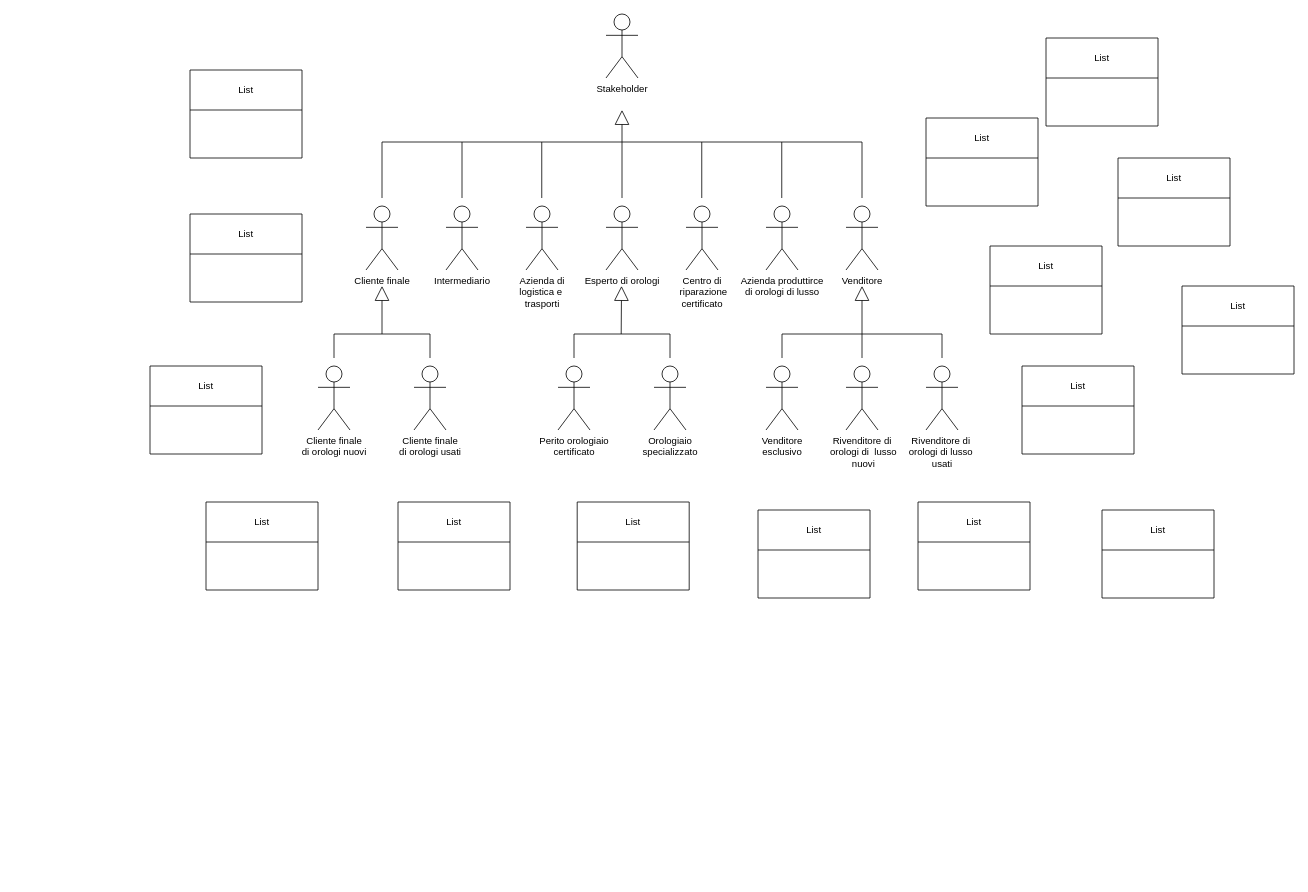
Vittorio92/ProgettoSistemiInformativi keeps this draw.io diagram as Diagrammi/SoftGoalDiagram.drawio. Above is the earlier version. Source tidied: cells renumbered, new cells numbered last; positions are measured from the earlier drawing's top-left corner, leaving out a move shared by most shapes. Both pictures are drawn from the tidied source at 80%, with x=0, y=0 at pixel (150, 14).
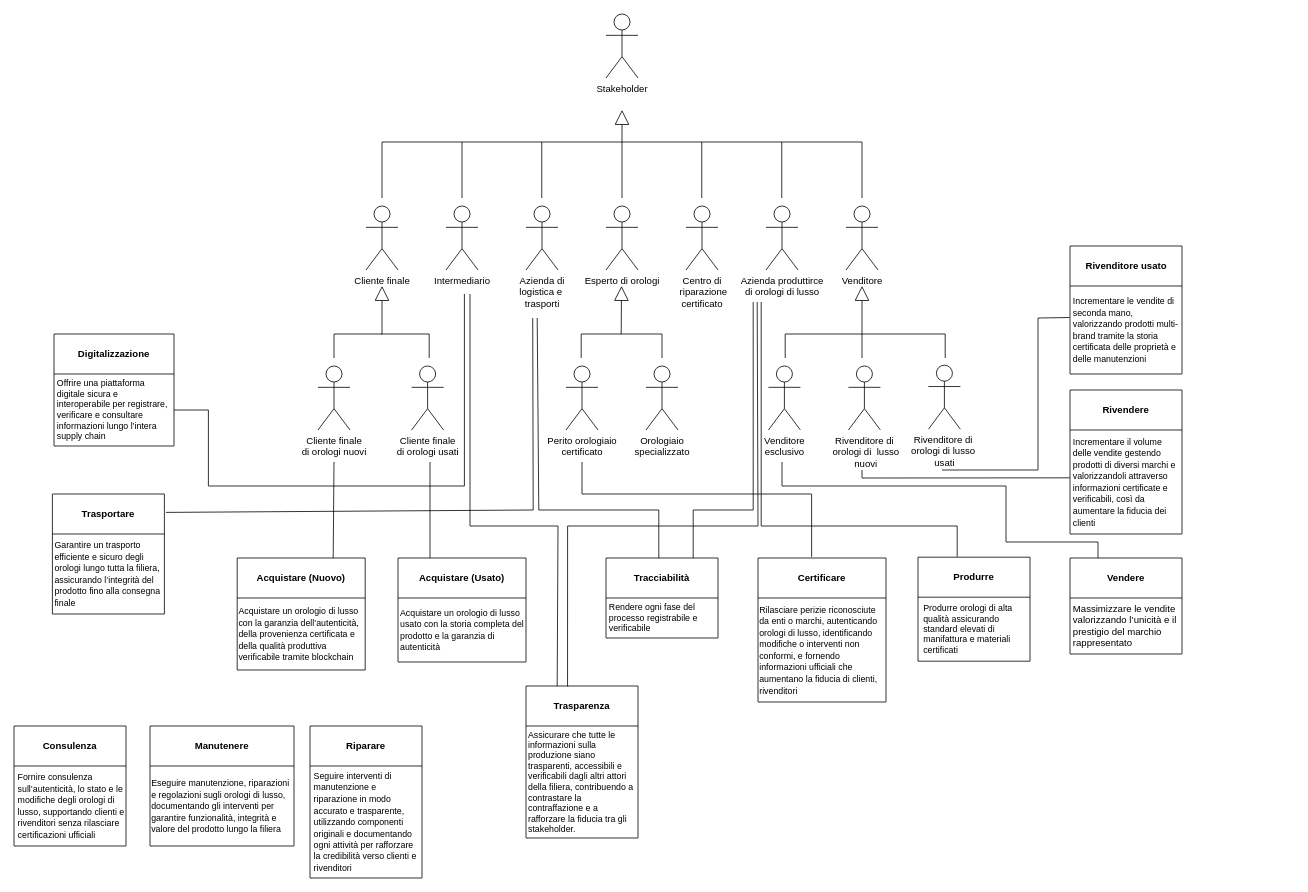
After the change.

Diff of the diagram source:
```diff
@@
     <mxCell id="5" value="Cliente finale&lt;div&gt;di orologi usati&lt;/div&gt;" style="shape=umlActor;verticalLabelPosition=bottom;verticalAlign=top;html=1;" parent="1" vertex="1">
-      <mxGeometry x="330" y="440" width="40" height="80" as="geometry" />
+      <mxGeometry x="327" y="440" width="40" height="80" as="geometry" />
     </mxCell>
@@
     <mxCell id="8" style="endArrow=none;html=1;rounded=0;" parent="1" edge="1">
       <mxGeometry relative="1" as="geometry">
-        <mxPoint x="350" y="430" as="sourcePoint" />
-        <mxPoint x="290" y="400" as="targetPoint" />
+        <mxPoint x="349" y="430" as="sourcePoint" />
+        <mxPoint x="289" y="400" as="targetPoint" />
         <Array as="points">
-          <mxPoint x="350" y="400" />
+          <mxPoint x="349" y="400" />
         </Array>
       </mxGeometry>
     </mxCell>
@@
     <mxCell id="12" value="Rivenditore di&amp;nbsp;&lt;div&gt;orologi&amp;nbsp;&lt;span style=&quot;background-color: transparent; color: light-dark(rgb(0, 0, 0), rgb(255, 255, 255));&quot;&gt;di&amp;nbsp;&lt;/span&gt;&lt;span style=&quot;background-color: transparent; color: light-dark(rgb(0, 0, 0), rgb(255, 255, 255));&quot;&gt;lusso&amp;nbsp;&lt;/span&gt;&lt;/div&gt;&lt;div&gt;&lt;span style=&quot;background-color: transparent; color: light-dark(rgb(0, 0, 0), rgb(255, 255, 255));&quot;&gt;usati&lt;/span&gt;&lt;/div&gt;" style="shape=umlActor;verticalLabelPosition=bottom;verticalAlign=top;html=1;" parent="1" vertex="1">
-      <mxGeometry x="970" y="440" width="40" height="80" as="geometry" />
+      <mxGeometry x="973" y="439" width="40" height="80" as="geometry" />
     </mxCell>
     <mxCell id="13" value="Venditore&lt;div&gt;esclusivo&lt;/div&gt;" style="shape=umlActor;verticalLabelPosition=bottom;verticalAlign=top;html=1;" parent="1" vertex="1">
-      <mxGeometry x="770" y="440" width="40" height="80" as="geometry" />
+      <mxGeometry x="773" y="440" width="40" height="80" as="geometry" />
     </mxCell>
     <mxCell id="14" value="Rivenditore di&lt;div&gt;&lt;span style=&quot;background-color: transparent; color: light-dark(rgb(0, 0, 0), rgb(255, 255, 255));&quot;&gt;&amp;nbsp;&lt;/span&gt;&lt;span style=&quot;background-color: transparent; color: light-dark(rgb(0, 0, 0), rgb(255, 255, 255));&quot;&gt;orologi di&amp;nbsp;&lt;/span&gt;&lt;span style=&quot;background-color: transparent; color: light-dark(rgb(0, 0, 0), rgb(255, 255, 255));&quot;&gt;&amp;nbsp;lusso&lt;/span&gt;&lt;/div&gt;&lt;div&gt;&lt;span style=&quot;background-color: transparent; color: light-dark(rgb(0, 0, 0), rgb(255, 255, 255));&quot;&gt;&amp;nbsp;nuovi&lt;/span&gt;&lt;/div&gt;" style="shape=umlActor;verticalLabelPosition=bottom;verticalAlign=top;html=1;" parent="1" vertex="1">
-      <mxGeometry x="870" y="440" width="40" height="80" as="geometry" />
+      <mxGeometry x="873" y="440" width="40" height="80" as="geometry" />
     </mxCell>
     <mxCell id="15" style="endArrow=none;html=1;rounded=0;" parent="1" edge="1">
       <mxGeometry relative="1" as="geometry">
-        <mxPoint x="790" y="430" as="sourcePoint" />
-        <mxPoint x="990" y="430" as="targetPoint" />
+        <mxPoint x="794" y="430" as="sourcePoint" />
+        <mxPoint x="994" y="430" as="targetPoint" />
         <Array as="points">
-          <mxPoint x="790" y="400" />
-          <mxPoint x="990" y="400" />
+          <mxPoint x="794" y="400" />
+          <mxPoint x="994" y="400" />
         </Array>
       </mxGeometry>
     </mxCell>
@@
     <mxCell id="20" value="Perito&amp;nbsp;&lt;span style=&quot;background-color: transparent; color: light-dark(rgb(0, 0, 0), rgb(255, 255, 255));&quot;&gt;orologiaio&lt;/span&gt;&lt;div&gt;&lt;span style=&quot;background-color: transparent; color: light-dark(rgb(0, 0, 0), rgb(255, 255, 255));&quot;&gt;certificato&lt;/span&gt;&lt;/div&gt;" style="shape=umlActor;verticalLabelPosition=bottom;verticalAlign=top;html=1;" parent="1" vertex="1">
-      <mxGeometry x="510" y="440" width="40" height="80" as="geometry" />
+      <mxGeometry x="520" y="440" width="40" height="80" as="geometry" />
     </mxCell>
     <mxCell id="21" value="Orologiaio&lt;div&gt;specializzato&lt;/div&gt;" style="shape=umlActor;verticalLabelPosition=bottom;verticalAlign=top;html=1;" parent="1" vertex="1">
-      <mxGeometry x="630" y="440" width="40" height="80" as="geometry" />
+      <mxGeometry x="620" y="440" width="40" height="80" as="geometry" />
     </mxCell>
     <mxCell id="22" style="endArrow=none;html=1;rounded=0;" parent="1" edge="1">
       <mxGeometry relative="1" as="geometry">
-        <mxPoint x="530" y="430" as="sourcePoint" />
-        <mxPoint x="650" y="430" as="targetPoint" />
+        <mxPoint x="539" y="430" as="sourcePoint" />
+        <mxPoint x="640" y="430" as="targetPoint" />
         <Array as="points">
-          <mxPoint x="530" y="400" />
-          <mxPoint x="650" y="400" />
+          <mxPoint x="539" y="400" />
+          <mxPoint x="640" y="400" />
         </Array>
       </mxGeometry>
     </mxCell>
@@
-    <mxCell id="30" value="List" style="swimlane;fontStyle=0;horizontal=1;startSize=50;whiteSpace=wrap;html=1;" parent="1" vertex="1">
-      <mxGeometry x="50" y="70" width="140" height="110" as="geometry" />
-    </mxCell>
-    <mxCell id="31" value="List" style="swimlane;fontStyle=0;horizontal=1;startSize=50;whiteSpace=wrap;html=1;" parent="1" vertex="1">
-      <mxGeometry x="50" y="250" width="140" height="110" as="geometry" />
+    <mxCell id="31" value="&lt;b&gt;Manutenere&lt;/b&gt;" style="swimlane;fontStyle=0;horizontal=1;startSize=50;whiteSpace=wrap;html=1;" parent="1" vertex="1">
+      <mxGeometry y="890" width="180" height="150" as="geometry" />
     </mxCell>
+    <mxCell id="45" value="&lt;font style=&quot;font-size: 11px;&quot;&gt;Eseguire manutenzione, riparazioni e regolazioni sugli orologi di lusso, documentando gli interventi per garantire funzionalità, integrità e valore del prodotto lungo la filiera&lt;/font&gt;" style="text;html=1;whiteSpace=wrap;strokeColor=none;fillColor=none;align=left;verticalAlign=middle;rounded=0;" parent="31" vertex="1">
+      <mxGeometry y="50" width="180" height="100" as="geometry" />
+    </mxCell>
-    <mxCell id="32" value="List" style="swimlane;fontStyle=0;horizontal=1;startSize=50;whiteSpace=wrap;html=1;" parent="1" vertex="1">
-      <mxGeometry y="440" width="140" height="110" as="geometry" />
+    <mxCell id="32" value="&lt;b&gt;Certificare&lt;/b&gt;" style="swimlane;fontStyle=0;horizontal=1;startSize=50;whiteSpace=wrap;html=1;" parent="1" vertex="1">
+      <mxGeometry x="760" y="680" width="160" height="180" as="geometry" />
     </mxCell>
+    <mxCell id="46" value="&lt;font style=&quot;font-size: 11px;&quot;&gt;Rilasciare perizie riconosciute da enti o marchi, autenticando orologi di lusso, identificando modifiche o interventi non conformi, e fornendo informazioni ufficiali che aumentano la fiducia di clienti, rivenditori&lt;/font&gt;" style="text;html=1;whiteSpace=wrap;strokeColor=none;fillColor=none;align=left;verticalAlign=middle;rounded=0;" parent="32" vertex="1">
+      <mxGeometry y="50" width="160" height="130" as="geometry" />
+    </mxCell>
-    <mxCell id="33" value="List" style="swimlane;fontStyle=0;horizontal=1;startSize=50;whiteSpace=wrap;html=1;" parent="1" vertex="1">
-      <mxGeometry x="70" y="610" width="140" height="110" as="geometry" />
+    <mxCell id="33" value="&lt;b&gt;Acquistare (Nuovo)&lt;/b&gt;" style="swimlane;fontStyle=0;horizontal=1;startSize=50;whiteSpace=wrap;html=1;" parent="1" vertex="1">
+      <mxGeometry x="109" y="680" width="160" height="140" as="geometry" />
     </mxCell>
+    <mxCell id="47" value="&lt;font style=&quot;font-size: 11px;&quot;&gt;Acquistare un orologio di lusso con la garanzia dell’autenticità, della provenienza certificata e della qualità produttiva verificabile tramite blockchain&lt;/font&gt;" style="text;html=1;whiteSpace=wrap;strokeColor=none;fillColor=none;align=left;verticalAlign=middle;rounded=0;" parent="33" vertex="1">
+      <mxGeometry y="50" width="160" height="90" as="geometry" />
+    </mxCell>
-    <mxCell id="34" value="List" style="swimlane;fontStyle=0;horizontal=1;startSize=50;whiteSpace=wrap;html=1;" parent="1" vertex="1">
-      <mxGeometry x="310" y="610" width="140" height="110" as="geometry" />
+    <mxCell id="34" value="&lt;b&gt;Acquistare (Usato)&lt;/b&gt;" style="swimlane;fontStyle=0;horizontal=1;startSize=50;whiteSpace=wrap;html=1;" parent="1" vertex="1">
+      <mxGeometry x="310" y="680" width="160" height="130" as="geometry" />
     </mxCell>
+    <mxCell id="48" value="&lt;font style=&quot;font-size: 11px;&quot;&gt;Acquistare un orologio di lusso usato con la storia completa del prodotto e la garanzia di autenticità&lt;/font&gt;" style="text;html=1;whiteSpace=wrap;strokeColor=none;fillColor=none;align=left;verticalAlign=middle;rounded=0;spacingLeft=1;" parent="34" vertex="1">
+      <mxGeometry y="50" width="160" height="80" as="geometry" />
+    </mxCell>
-    <mxCell id="35" value="List" style="swimlane;fontStyle=0;horizontal=1;startSize=50;whiteSpace=wrap;html=1;" parent="1" vertex="1">
-      <mxGeometry x="534" y="610" width="140" height="110" as="geometry" />
+    <mxCell id="35" value="&lt;b&gt;Riparare&lt;/b&gt;" style="swimlane;fontStyle=0;horizontal=1;startSize=50;whiteSpace=wrap;html=1;" parent="1" vertex="1">
+      <mxGeometry x="200" y="890" width="140" height="190" as="geometry" />
     </mxCell>
+    <mxCell id="49" value="&lt;font style=&quot;font-size: 11px;&quot;&gt;Seguire interventi di manutenzione e riparazione in modo accurato e trasparente, utilizzando componenti originali e documentando ogni attività per rafforzare la credibilità verso clienti e rivenditori&lt;/font&gt;" style="text;html=1;whiteSpace=wrap;strokeColor=none;fillColor=none;align=left;verticalAlign=middle;rounded=0;spacingLeft=3;" parent="35" vertex="1">
+      <mxGeometry y="50" width="140" height="140" as="geometry" />
+    </mxCell>
-    <mxCell id="36" value="List" style="swimlane;fontStyle=0;horizontal=1;startSize=50;whiteSpace=wrap;html=1;" parent="1" vertex="1">
-      <mxGeometry x="760" y="620" width="140" height="110" as="geometry" />
+    <mxCell id="36" value="&lt;b&gt;Vendere&lt;/b&gt;" style="swimlane;fontStyle=0;horizontal=1;startSize=50;whiteSpace=wrap;html=1;" parent="1" vertex="1">
+      <mxGeometry x="1150" y="680" width="140" height="120" as="geometry" />
     </mxCell>
+    <mxCell id="50" value="Massimizzare le vendite&amp;nbsp; valorizzando l’unicità e il prestigio del marchio rappresentato" style="text;html=1;whiteSpace=wrap;strokeColor=none;fillColor=none;align=left;verticalAlign=middle;rounded=0;spacingLeft=2;" parent="36" vertex="1">
+      <mxGeometry y="50" width="140" height="70" as="geometry" />
+    </mxCell>
-    <mxCell id="37" value="List" style="swimlane;fontStyle=0;horizontal=1;startSize=50;whiteSpace=wrap;html=1;" parent="1" vertex="1">
-      <mxGeometry x="960" y="610" width="140" height="110" as="geometry" />
+    <mxCell id="37" value="&lt;b&gt;Rivendere&lt;/b&gt;" style="swimlane;fontStyle=0;horizontal=1;startSize=50;whiteSpace=wrap;html=1;" parent="1" vertex="1">
+      <mxGeometry x="1150" y="470" width="140" height="180" as="geometry" />
     </mxCell>
+    <mxCell id="51" value="&lt;font style=&quot;font-size: 11px;&quot;&gt;Incrementare il volume delle vendite gestendo prodotti di diversi marchi e valorizzandoli attraverso informazioni certificate e verificabili, così da aumentare la fiducia dei clienti&lt;/font&gt;" style="text;html=1;whiteSpace=wrap;strokeColor=none;fillColor=none;align=left;verticalAlign=middle;rounded=0;spacingLeft=2;" parent="37" vertex="1">
+      <mxGeometry y="50" width="140" height="130" as="geometry" />
+    </mxCell>
-    <mxCell id="38" value="List" style="swimlane;fontStyle=0;horizontal=1;startSize=50;whiteSpace=wrap;html=1;" parent="1" vertex="1">
-      <mxGeometry x="1090" y="440" width="140" height="110" as="geometry" />
+    <mxCell id="38" value="&lt;b&gt;Digitalizzazione&lt;/b&gt;" style="swimlane;fontStyle=0;horizontal=1;startSize=50;whiteSpace=wrap;html=1;" parent="1" vertex="1">
+      <mxGeometry x="-120" y="400" width="150" height="140" as="geometry" />
     </mxCell>
+    <mxCell id="52" value="Offrire una piattaforma digitale sicura e interoperabile per registrare, verificare e consultare informazioni lungo l’intera supply chain" style="text;html=1;whiteSpace=wrap;strokeColor=none;fillColor=none;align=left;verticalAlign=middle;rounded=0;fontSize=11;spacingLeft=2;" parent="38" vertex="1">
+      <mxGeometry y="50" width="150" height="90" as="geometry" />
+    </mxCell>
-    <mxCell id="39" value="List" style="swimlane;fontStyle=0;horizontal=1;startSize=50;whiteSpace=wrap;html=1;" parent="1" vertex="1">
-      <mxGeometry x="1050" y="290" width="140" height="110" as="geometry" />
+    <mxCell id="39" value="&lt;b&gt;Trasparenza&lt;/b&gt;" style="swimlane;fontStyle=0;horizontal=1;startSize=50;whiteSpace=wrap;html=1;" parent="1" vertex="1">
+      <mxGeometry x="470" y="840" width="140" height="190" as="geometry" />
     </mxCell>
+    <mxCell id="53" value="Assicurare che tutte le informazioni sulla produzione siano trasparenti, accessibili e verificabili dagli altri attori della filiera, contribuendo a contrastare la contraffazione e a rafforzare la fiducia tra gli stakeholder." style="text;html=1;whiteSpace=wrap;strokeColor=none;fillColor=none;align=left;verticalAlign=middle;rounded=0;fontSize=11;spacingLeft=1;" parent="39" vertex="1">
+      <mxGeometry y="50" width="140" height="140" as="geometry" />
+    </mxCell>
-    <mxCell id="40" value="List" style="swimlane;fontStyle=0;horizontal=1;startSize=50;whiteSpace=wrap;html=1;" parent="1" vertex="1">
-      <mxGeometry x="970" y="130" width="140" height="110" as="geometry" />
+    <mxCell id="40" value="&lt;b&gt;Produrre&lt;/b&gt;" style="swimlane;fontStyle=0;horizontal=1;startSize=50;whiteSpace=wrap;html=1;" parent="1" vertex="1">
+      <mxGeometry x="960" y="679" width="140" height="130" as="geometry" />
     </mxCell>
+    <mxCell id="54" value="Produrre orologi di alta qualità assicurando standard elevati di manifattura e materiali certificati&amp;nbsp;" style="text;html=1;whiteSpace=wrap;strokeColor=none;fillColor=none;align=left;verticalAlign=middle;rounded=0;spacingLeft=5;fontSize=11;" parent="40" vertex="1">
+      <mxGeometry y="50" width="140" height="80" as="geometry" />
+    </mxCell>
-    <mxCell id="41" value="List" style="swimlane;fontStyle=0;horizontal=1;startSize=50;whiteSpace=wrap;html=1;" parent="1" vertex="1">
-      <mxGeometry x="1120" y="30" width="140" height="110" as="geometry" />
+    <mxCell id="41" value="&lt;b&gt;Tracciabilità&lt;/b&gt;" style="swimlane;fontStyle=0;horizontal=1;startSize=50;whiteSpace=wrap;html=1;" parent="1" vertex="1">
+      <mxGeometry x="570" y="680" width="140" height="100" as="geometry" />
     </mxCell>
+    <mxCell id="55" value="&lt;font&gt;Rendere ogni fase del processo registrabile e verificabile&lt;/font&gt;" style="text;html=1;whiteSpace=wrap;strokeColor=none;fillColor=none;align=left;verticalAlign=middle;rounded=0;spacingLeft=2;fontSize=11;" parent="41" vertex="1">
+      <mxGeometry y="50" width="140" height="50" as="geometry" />
+    </mxCell>
-    <mxCell id="42" value="List" style="swimlane;fontStyle=0;horizontal=1;startSize=50;whiteSpace=wrap;html=1;" parent="1" vertex="1">
-      <mxGeometry x="1210" y="180" width="140" height="110" as="geometry" />
+    <mxCell id="42" value="&lt;b&gt;Trasportare&lt;/b&gt;" style="swimlane;fontStyle=0;horizontal=1;startSize=50;whiteSpace=wrap;html=1;" parent="1" vertex="1">
+      <mxGeometry x="-122" y="600" width="140" height="150" as="geometry" />
     </mxCell>
-    <mxCell id="43" value="List" style="swimlane;fontStyle=0;horizontal=1;startSize=50;whiteSpace=wrap;html=1;" parent="1" vertex="1">
-      <mxGeometry x="1290" y="340" width="140" height="110" as="geometry" />
-    </mxCell>
+    <mxCell id="56" value="&lt;font style=&quot;font-size: 11px;&quot;&gt;Garantire un trasporto efficiente e sicuro degli orologi lungo tutta la filiera, assicurando l’integrità del prodotto fino alla consegna finale&lt;/font&gt;" style="text;html=1;whiteSpace=wrap;strokeColor=none;fillColor=none;align=left;verticalAlign=middle;rounded=0;spacingLeft=1;" parent="42" vertex="1">
+      <mxGeometry y="50" width="140" height="100" as="geometry" />
+    </mxCell>
-    <mxCell id="44" value="List" style="swimlane;fontStyle=0;horizontal=1;startSize=50;whiteSpace=wrap;html=1;" parent="1" vertex="1">
-      <mxGeometry x="1190" y="620" width="140" height="110" as="geometry" />
+    <mxCell id="44" value="&lt;b&gt;Rivenditore usato&lt;/b&gt;" style="swimlane;fontStyle=0;horizontal=1;startSize=50;whiteSpace=wrap;html=1;spacingLeft=1;" parent="1" vertex="1">
+      <mxGeometry x="1150" y="290" width="140" height="160" as="geometry" />
     </mxCell>
+    <mxCell id="57" value="&lt;font style=&quot;font-size: 11px;&quot;&gt;Incrementare le vendite di seconda mano, valorizzando prodotti multi-brand tramite la storia certificata delle proprietà e delle manutenzioni&lt;/font&gt;" style="text;html=1;whiteSpace=wrap;strokeColor=none;fillColor=none;align=left;verticalAlign=middle;rounded=0;spacingLeft=2;" parent="44" vertex="1">
+      <mxGeometry y="50" width="140" height="110" as="geometry" />
+    </mxCell>
+    <mxCell id="58" value="&lt;b&gt;Consulenza&lt;/b&gt;" style="swimlane;fontStyle=0;horizontal=1;startSize=50;whiteSpace=wrap;html=1;" parent="1" vertex="1">
+      <mxGeometry x="-170" y="890" width="140" height="150" as="geometry" />
+    </mxCell>
+    <mxCell id="59" value="&lt;font style=&quot;font-size: 11px;&quot;&gt;Fornire consulenza sull’autenticità, lo stato e le modifiche degli orologi di lusso, supportando clienti e rivenditori senza rilasciare certificazioni ufficiali&lt;/font&gt;" style="text;html=1;whiteSpace=wrap;strokeColor=none;fillColor=none;align=left;verticalAlign=middle;rounded=0;spacingLeft=3;" parent="58" vertex="1">
+      <mxGeometry y="50" width="140" height="100" as="geometry" />
+    </mxCell>
+    <mxCell id="60" style="endArrow=none;html=1;rounded=0;" parent="1" edge="1">
+      <mxGeometry relative="1" as="geometry">
+        <mxPoint x="20" y="623" as="sourcePoint" />
+        <mxPoint x="478.4" y="380" as="targetPoint" />
+        <Array as="points">
+          <mxPoint x="479" y="620" />
+        </Array>
+      </mxGeometry>
+    </mxCell>
+    <mxCell id="61" style="endArrow=none;html=1;rounded=0;exitX=0.25;exitY=0;exitDx=0;exitDy=0;" parent="1" edge="1" source="34">
+      <mxGeometry relative="1" as="geometry">
+        <mxPoint x="350" y="560" as="targetPoint" />
+      </mxGeometry>
+    </mxCell>
+    <mxCell id="62" style="endArrow=none;html=1;rounded=0;exitX=0.75;exitY=0;exitDx=0;exitDy=0;" parent="1" edge="1" source="33">
+      <mxGeometry relative="1" as="geometry">
+        <mxPoint x="230" y="560" as="targetPoint" />
+      </mxGeometry>
+    </mxCell>
+    <mxCell id="63" style="endArrow=none;html=1;rounded=0;" parent="1" edge="1" source="52">
+      <mxGeometry relative="1" as="geometry">
+        <mxPoint x="393" y="350" as="targetPoint" />
+        <Array as="points">
+          <mxPoint x="73" y="495" />
+          <mxPoint x="73" y="590" />
+          <mxPoint x="393" y="590" />
+        </Array>
+      </mxGeometry>
+    </mxCell>
+    <mxCell id="64" style="endArrow=none;html=1;rounded=0;" parent="1" edge="1">
+      <mxGeometry relative="1" as="geometry">
+        <mxPoint x="509" y="840" as="sourcePoint" />
+        <mxPoint x="400" y="350" as="targetPoint" />
+        <Array as="points">
+          <mxPoint x="510" y="640" />
+          <mxPoint x="400" y="640" />
+        </Array>
+      </mxGeometry>
+    </mxCell>
+    <mxCell id="65" style="endArrow=none;html=1;rounded=0;exitX=0.5;exitY=0;exitDx=0;exitDy=0;" parent="1" edge="1">
+      <mxGeometry relative="1" as="geometry">
+        <mxPoint x="636" y="680" as="sourcePoint" />
+        <mxPoint x="484" y="380" as="targetPoint" />
+        <Array as="points">
+          <mxPoint x="636" y="620" />
+          <mxPoint x="486" y="620" />
+        </Array>
+      </mxGeometry>
+    </mxCell>
+    <mxCell id="66" style="endArrow=none;html=1;rounded=0;exitX=0.419;exitY=-0.008;exitDx=0;exitDy=0;exitPerimeter=0;" parent="1" edge="1" source="32">
+      <mxGeometry relative="1" as="geometry">
+        <mxPoint x="540" y="560" as="targetPoint" />
+        <Array as="points">
+          <mxPoint x="827" y="600" />
+          <mxPoint x="540" y="600" />
+        </Array>
+      </mxGeometry>
+    </mxCell>
+    <mxCell id="67" style="endArrow=none;html=1;rounded=0;exitX=0.371;exitY=0.002;exitDx=0;exitDy=0;exitPerimeter=0;" parent="1" edge="1" source="39">
+      <mxGeometry relative="1" as="geometry">
+        <mxPoint x="759" y="360" as="targetPoint" />
+        <Array as="points">
+          <mxPoint x="522" y="640" />
+          <mxPoint x="760" y="640" />
+        </Array>
+      </mxGeometry>
+    </mxCell>
+    <mxCell id="68" style="endArrow=none;html=1;rounded=0;exitX=0.75;exitY=0;exitDx=0;exitDy=0;" parent="1" edge="1">
+      <mxGeometry relative="1" as="geometry">
+        <mxPoint x="679" y="680" as="sourcePoint" />
+        <mxPoint x="754" y="360" as="targetPoint" />
+        <Array as="points">
+          <mxPoint x="679" y="620" />
+          <mxPoint x="754" y="620" />
+        </Array>
+      </mxGeometry>
+    </mxCell>
+    <mxCell id="69" style="endArrow=none;html=1;rounded=0;exitX=0.357;exitY=-0.003;exitDx=0;exitDy=0;exitPerimeter=0;" parent="1" edge="1">
+      <mxGeometry relative="1" as="geometry">
+        <mxPoint x="1009" y="678.6" as="sourcePoint" />
+        <mxPoint x="764" y="360" as="targetPoint" />
+        <Array as="points">
+          <mxPoint x="1009" y="640" />
+          <mxPoint x="764" y="640" />
+        </Array>
+      </mxGeometry>
+    </mxCell>
+    <mxCell id="70" style="endArrow=none;html=1;rounded=0;exitX=0.25;exitY=0;exitDx=0;exitDy=0;" parent="1" edge="1" source="36">
+      <mxGeometry relative="1" as="geometry">
+        <mxPoint x="790" y="560" as="targetPoint" />
+        <Array as="points">
+          <mxPoint x="1185" y="660" />
+          <mxPoint x="1070" y="660" />
+          <mxPoint x="1070" y="590" />
+          <mxPoint x="790" y="590" />
+        </Array>
+      </mxGeometry>
+    </mxCell>
+    <mxCell id="71" style="endArrow=none;html=1;rounded=0;exitX=-0.002;exitY=0.46;exitDx=0;exitDy=0;exitPerimeter=0;" parent="1" edge="1" source="51">
+      <mxGeometry relative="1" as="geometry">
+        <mxPoint x="890" y="570" as="targetPoint" />
+        <Array as="points">
+          <mxPoint x="890" y="580" />
+        </Array>
+      </mxGeometry>
+    </mxCell>
+    <mxCell id="72" style="endArrow=none;html=1;rounded=0;exitX=-0.003;exitY=0.358;exitDx=0;exitDy=0;exitPerimeter=0;" parent="1" edge="1" source="57">
+      <mxGeometry relative="1" as="geometry">
+        <mxPoint x="990" y="570" as="targetPoint" />
+        <Array as="points">
+          <mxPoint x="1110" y="380" />
+          <mxPoint x="1110" y="570" />
+        </Array>
+      </mxGeometry>
+    </mxCell>
```
